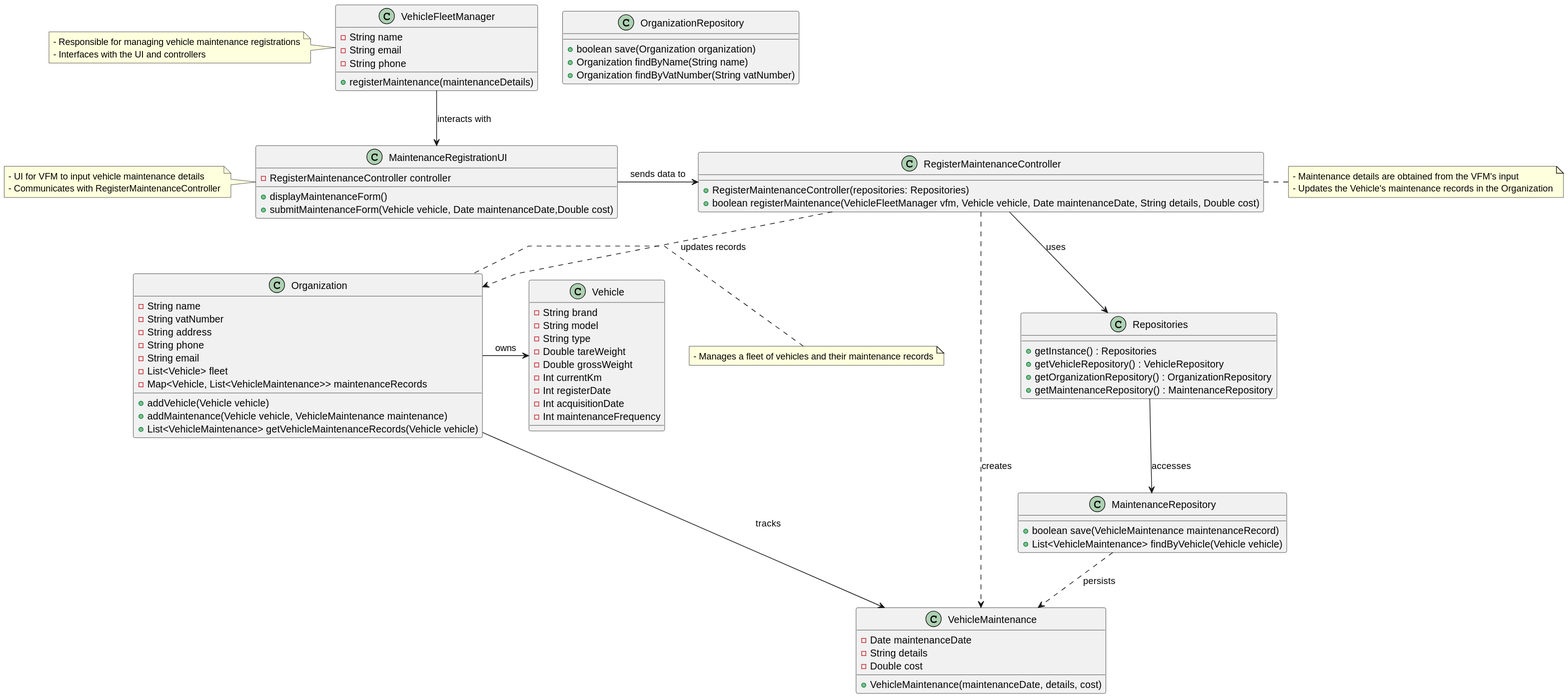
Before: docs/sprint2/us007/03.design/svg/us007-class-diagram.svg, a diagram exported from PlantUML (tiagosoa/lei-24-s2-1dgh-g073).
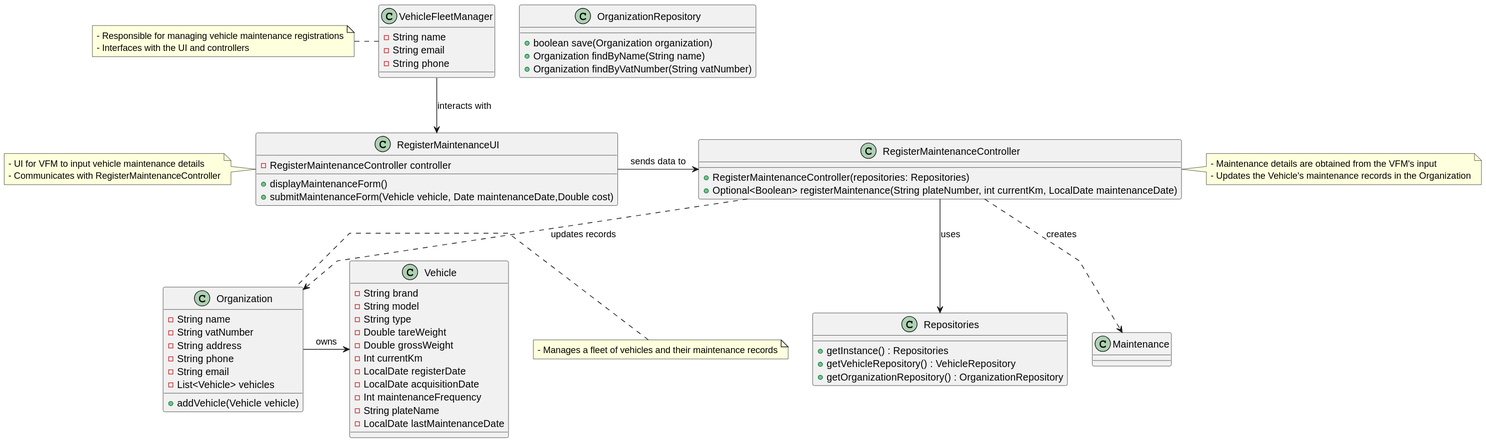
Above is the later version.

What changed in the source:
```diff
@@ -8,7 +8,6 @@
   - String name
   - String email
   - String phone
-  + registerMaintenance(maintenanceDetails)
 }
 
 class Vehicle {
@@ -18,21 +17,11 @@
   - Double tareWeight
   - Double grossWeight
   - Int currentKm
-  - Int registerDate
-  - Int acquisitionDate
+  - LocalDate registerDate
+  - LocalDate acquisitionDate
   - Int maintenanceFrequency
-}
-
-class VehicleMaintenance {
-  - Date maintenanceDate
-  - String details
-  - Double cost
-  + VehicleMaintenance(maintenanceDate, details, cost)
-}
-
-class MaintenanceRepository {
-  + boolean save(VehicleMaintenance maintenanceRecord)
-  + List<VehicleMaintenance> findByVehicle(Vehicle vehicle)
+  - String plateName
+  - LocalDate lastMaintenanceDate
 }
 
 class Organization {
@@ -41,11 +30,8 @@
   - String address
   - String phone
   - String email
-  - List<Vehicle> fleet
-  - Map<Vehicle, List<VehicleMaintenance>> maintenanceRecords
+  - List<Vehicle> vehicles
   + addVehicle(Vehicle vehicle)
-  + addMaintenance(Vehicle vehicle, VehicleMaintenance maintenance)
-  + List<VehicleMaintenance> getVehicleMaintenanceRecords(Vehicle vehicle)
 }
 
 class OrganizationRepository {
@@ -58,15 +44,14 @@
   + getInstance() : Repositories
   + getVehicleRepository() : VehicleRepository
   + getOrganizationRepository() : OrganizationRepository
-  + getMaintenanceRepository() : MaintenanceRepository
 }
 
 class RegisterMaintenanceController {
   + RegisterMaintenanceController(repositories: Repositories)
-  + boolean registerMaintenance(VehicleFleetManager vfm, Vehicle vehicle, Date maintenanceDate, String details, Double cost)
+  + Optional<Boolean> registerMaintenance(String plateNumber, int currentKm, LocalDate maintenanceDate)
 }
 
-class MaintenanceRegistrationUI {
+class RegisterMaintenanceUI {
   - RegisterMaintenanceController controller
   + displayMaintenanceForm()
   + submitMaintenanceForm(Vehicle vehicle, Date maintenanceDate,Double cost)
@@ -77,7 +62,7 @@
   - Updates the Vehicle's maintenance records in the Organization
 end note
 
-note left of MaintenanceRegistrationUI
+note left of RegisterMaintenanceUI
   - UI for VFM to input vehicle maintenance details
   - Communicates with RegisterMaintenanceController
 end note
@@ -91,13 +76,10 @@
   - Interfaces with the UI and controllers
 end note
 
-VehicleFleetManager -down-> MaintenanceRegistrationUI : interacts with
-MaintenanceRegistrationUI -right-> RegisterMaintenanceController : sends data to
+VehicleFleetManager -down-> RegisterMaintenanceUI : interacts with
+RegisterMaintenanceUI -right-> RegisterMaintenanceController : sends data to
 RegisterMaintenanceController -down-> Repositories : uses
-Repositories -down-> MaintenanceRepository : accesses
 Organization -right-> Vehicle : owns
-Organization -down-> VehicleMaintenance : tracks
-MaintenanceRepository ..> VehicleMaintenance : persists
-RegisterMaintenanceController ..> VehicleMaintenance : creates
+RegisterMaintenanceController ..> Maintenance : creates
 RegisterMaintenanceController ..> Organization : updates records
 @enduml
```
